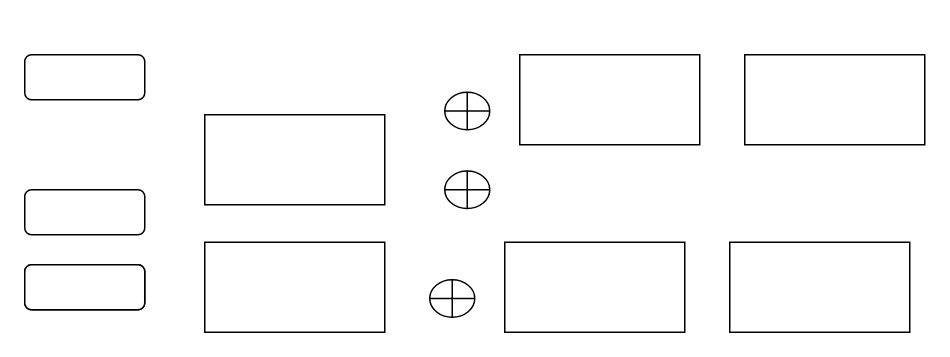
Above: 未命名绘图.drawio in LPtrichor/draw_test (draw.io), before the change. Source tidied: cells renumbered, new cells numbered last; positions are measured from the earlier drawing's top-left corner, leaving out a move shared by most shapes. Both pictures are drawn from the tidied source at 150%, with x=0, y=0 at pixel (24, 54).
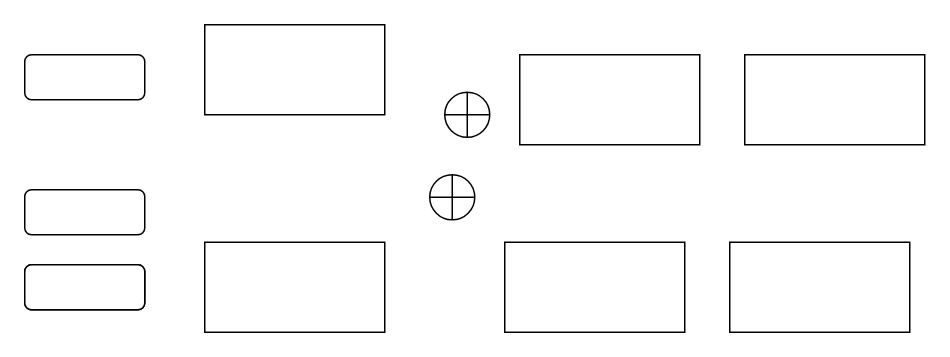
The same diagram, later.

Commit message (it also covers changes not shown here):
更新未命名绘图.drawio

Change to the diagram source:
```diff
@@
 <mxGraphModel>
   <root>
     <mxCell id="0" />
     <mxCell id="1" parent="0" />
     <mxCell id="2" style="rounded=1;whiteSpace=wrap;html=1;" parent="1" vertex="1">
       <mxGeometry width="80" height="30" as="geometry" />
     </mxCell>
     <mxCell id="3" style="rounded=1;whiteSpace=wrap;html=1;" parent="1" vertex="1">
       <mxGeometry y="90" width="80" height="30" as="geometry" />
     </mxCell>
     <mxCell id="4" style="rounded=1;whiteSpace=wrap;html=1;" parent="1" vertex="1">
       <mxGeometry y="140" width="80" height="30" as="geometry" />
     </mxCell>
     <mxCell id="5" style="rounded=1;whiteSpace=wrap;html=1;" parent="1" vertex="1">
       <mxGeometry y="140" width="80" height="30" as="geometry" />
     </mxCell>
     <mxCell id="6" style="rounded=0;whiteSpace=wrap;html=1;" parent="1" vertex="1">
-      <mxGeometry x="120" y="40" width="120" height="60" as="geometry" />
+      <mxGeometry x="120" y="-20" width="120" height="60" as="geometry" />
     </mxCell>
-    <mxCell id="7" style="verticalLabelPosition=bottom;verticalAlign=top;html=1;shape=mxgraph.flowchart.summing_function;" parent="1" vertex="1">
-      <mxGeometry x="280" y="25" width="30" height="25" as="geometry" />
+    <mxCell id="7" style="verticalLabelPosition=bottom;verticalAlign=top;html=1;shape=mxgraph.flowchart.summing_function;gradientColor=none;" parent="1" vertex="1">
+      <mxGeometry x="280" y="25" width="30" height="30" as="geometry" />
     </mxCell>
-    <mxCell id="8" style="verticalLabelPosition=bottom;verticalAlign=top;html=1;shape=mxgraph.flowchart.summing_function;" parent="1" vertex="1">
-      <mxGeometry x="280" y="77.5" width="30" height="25" as="geometry" />
-    </mxCell>
     <mxCell id="9" style="rounded=0;whiteSpace=wrap;html=1;" parent="1" vertex="1">
       <mxGeometry x="330" width="120" height="60" as="geometry" />
     </mxCell>
     <mxCell id="10" style="rounded=0;whiteSpace=wrap;html=1;" parent="1" vertex="1">
       <mxGeometry x="480" width="120" height="60" as="geometry" />
     </mxCell>
     <mxCell id="11" style="rounded=0;whiteSpace=wrap;html=1;" parent="1" vertex="1">
       <mxGeometry x="120" y="125" width="120" height="60" as="geometry" />
     </mxCell>
-    <mxCell id="12" style="verticalLabelPosition=bottom;verticalAlign=top;html=1;shape=mxgraph.flowchart.summing_function;" parent="1" vertex="1">
-      <mxGeometry x="270" y="150" width="30" height="25" as="geometry" />
-    </mxCell>
     <mxCell id="13" style="rounded=0;whiteSpace=wrap;html=1;" parent="1" vertex="1">
       <mxGeometry x="320" y="125" width="120" height="60" as="geometry" />
     </mxCell>
     <mxCell id="14" style="rounded=0;whiteSpace=wrap;html=1;" parent="1" vertex="1">
       <mxGeometry x="470" y="125" width="120" height="60" as="geometry" />
     </mxCell>
+    <mxCell id="15" style="verticalLabelPosition=bottom;verticalAlign=top;html=1;shape=mxgraph.flowchart.summing_function;gradientColor=none;" parent="1" vertex="1">
+      <mxGeometry x="270" y="80" width="30" height="30" as="geometry" />
+    </mxCell>
   </root>
 </mxGraphModel>
```
